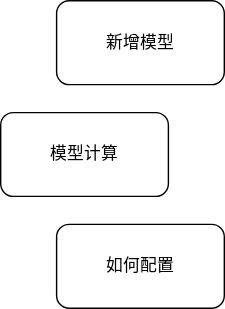
Before: docs/temp/sketch/1dme-fzbz.drawio.svg, a diagram exported from draw.io (jecyu/Notebook). Source tidied: cells renumbered, new cells last; positions are measured from the earlier drawing's top-left corner, leaving out a move shared by most shapes.
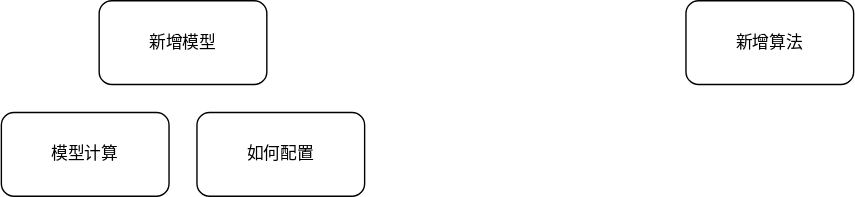
Above is the later version.

Diff of the diagram source:
```diff
@@ -3,13 +3,16 @@
     <mxCell id="0" />
     <mxCell id="1" parent="0" />
     <mxCell id="2" value="模型计算" style="rounded=1;whiteSpace=wrap;html=1;" parent="1" vertex="1">
-      <mxGeometry y="80" width="120" height="60" as="geometry" />
+      <mxGeometry x="-50" y="130" width="120" height="60" as="geometry" />
     </mxCell>
     <mxCell id="3" value="新增模型" style="rounded=1;whiteSpace=wrap;html=1;" parent="1" vertex="1">
-      <mxGeometry x="40" width="120" height="60" as="geometry" />
+      <mxGeometry x="20" y="50" width="120" height="60" as="geometry" />
     </mxCell>
     <mxCell id="4" value="如何配置" style="rounded=1;whiteSpace=wrap;html=1;" parent="1" vertex="1">
-      <mxGeometry x="40" y="160" width="120" height="60" as="geometry" />
+      <mxGeometry x="90" y="130" width="120" height="60" as="geometry" />
     </mxCell>
+    <mxCell id="5" value="新增算法" style="rounded=1;whiteSpace=wrap;html=1;" parent="1" vertex="1">
+      <mxGeometry x="440" y="50" width="120" height="60" as="geometry" />
+    </mxCell>
   </root>
 </mxGraphModel>
```
